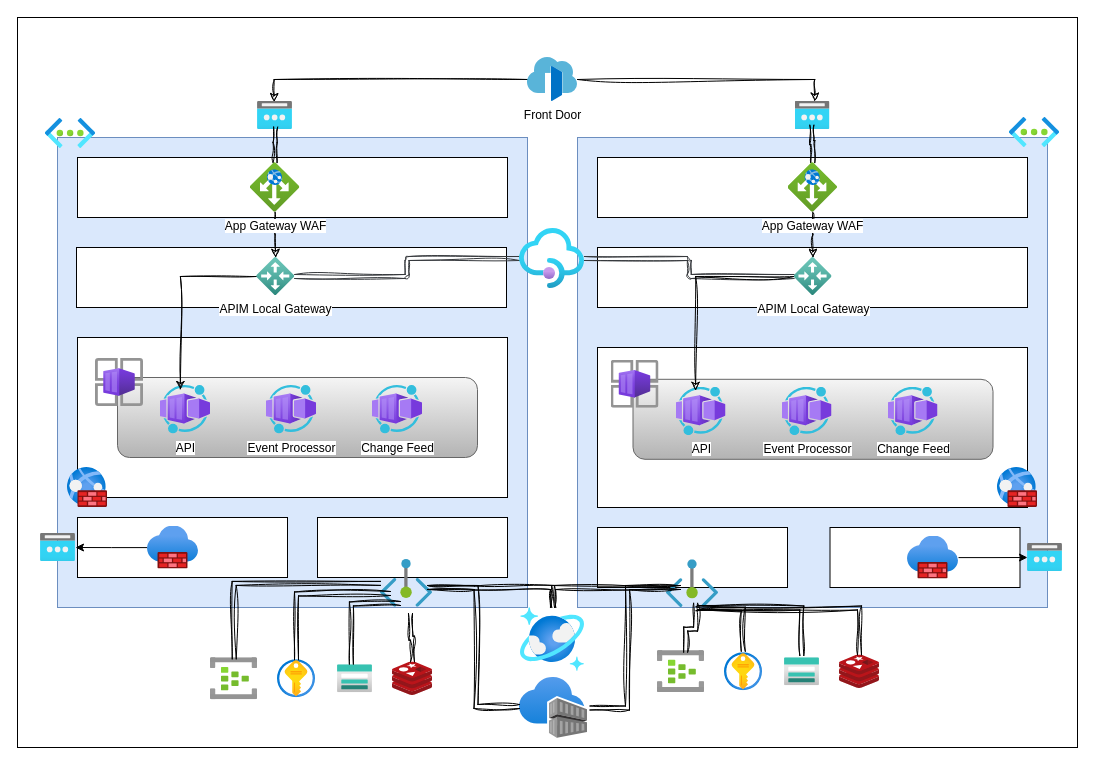
This is .assets/architecture.drawio from briandenicola/azure-multi-region-proof-of-concept, a draw.io file, before an edit. Source tidied: cells renumbered, new cells numbered last; positions are measured from the earlier drawing's top-left corner, leaving out a move shared by most shapes. Both pictures are drawn from the tidied source at 100%, with x=0, y=0 at pixel (17, 17).
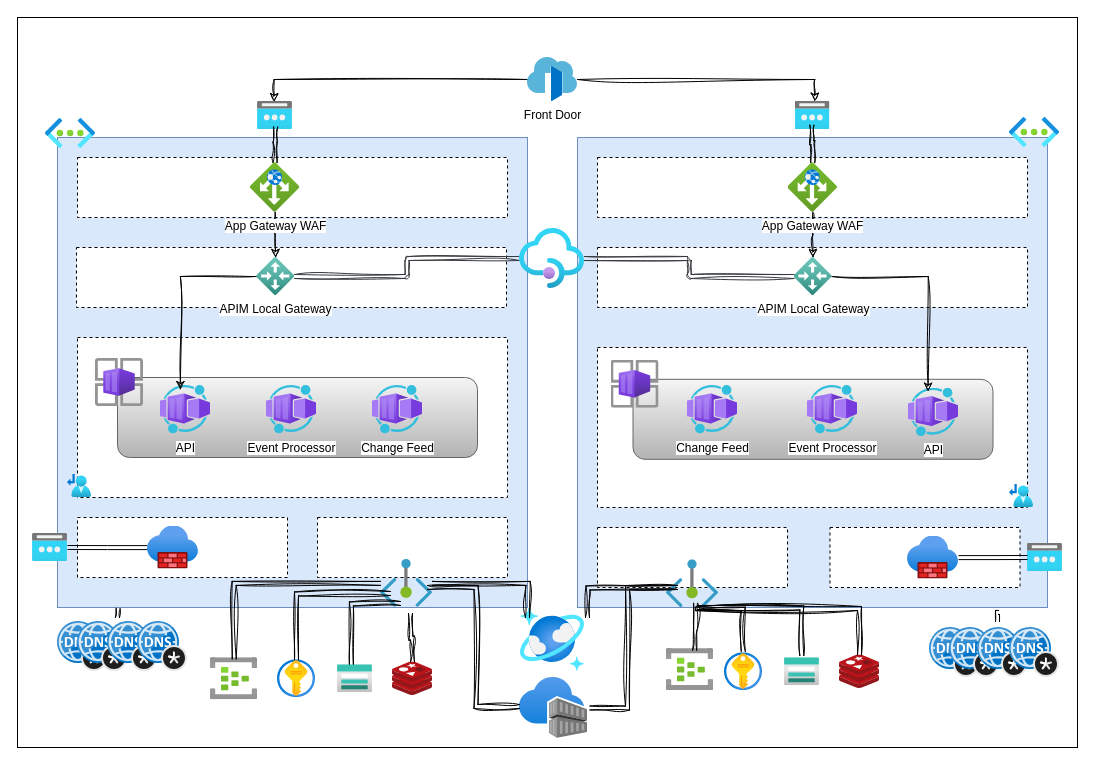
After the change.

The change refers to these unchanged cells:
```xml
<mxCell id="3" style="whiteSpace=wrap;html=1;fillColor=#dae8fc;strokeColor=#6c8ebf;" parent="1" vertex="1">
  <mxGeometry x="40" y="120" width="470" height="470" as="geometry" />
</mxCell>
<mxCell id="27" style="image;html=1;points=[];align=center;fontSize=12;image=img/lib/azure2/networking/Public_IP_Addresses.svg;" parent="1" vertex="1">
  <mxGeometry x="1010" y="526" width="35" height="28" as="geometry" />
</mxCell>
<mxCell id="29" style="image;html=1;points=[];align=center;fontSize=12;image=img/lib/azure2/networking/Firewalls.svg;" parent="1" vertex="1">
  <mxGeometry x="130" y="508.5" width="51" height="43.1" as="geometry" />
</mxCell>
<mxCell id="31" style="image;html=1;points=[];align=center;fontSize=12;image=img/lib/azure2/networking/Firewalls.svg;" parent="1" vertex="1">
  <mxGeometry x="890" y="518.5" width="51" height="43.1" as="geometry" />
</mxCell>
<mxCell id="32" style="image;html=1;points=[];align=center;fontSize=12;image=img/lib/azure2/databases/Azure_Cosmos_DB.svg;" parent="1" vertex="1">
  <mxGeometry x="503" y="590" width="64" height="64" as="geometry" />
</mxCell>
<mxCell id="52" style="image;sketch=0;html=1;points=[];align=center;fontSize=12;image=img/lib/mscae/Cache_Redis_Product.svg;" parent="1" vertex="1">
  <mxGeometry x="822" y="637.4" width="40" height="33.6" as="geometry" />
</mxCell>
<mxCell id="60" style="image;html=1;points=[];align=center;fontSize=12;image=img/lib/azure2/networking/Private_Endpoint.svg;" parent="1" vertex="1">
  <mxGeometry x="363" y="542" width="52" height="47.7" as="geometry" />
</mxCell>
```

What changed in the source:
```diff
@@
-    <mxCell id="8" style="rounded=0;whiteSpace=wrap;html=1;" parent="1" vertex="1">
+    <mxCell id="8" style="rounded=0;whiteSpace=wrap;html=1;dashed=1;" parent="1" vertex="1">
       <mxGeometry x="60" y="140" width="430" height="60" as="geometry" />
     </mxCell>
-    <mxCell id="9" style="rounded=0;whiteSpace=wrap;html=1;" parent="1" vertex="1">
+    <mxCell id="9" style="rounded=0;whiteSpace=wrap;html=1;dashed=1;" parent="1" vertex="1">
       <mxGeometry x="580" y="140" width="430" height="60" as="geometry" />
     </mxCell>
-    <mxCell id="10" style="rounded=0;whiteSpace=wrap;html=1;" parent="1" vertex="1">
+    <mxCell id="10" style="rounded=0;whiteSpace=wrap;html=1;dashed=1;" parent="1" vertex="1">
       <mxGeometry x="59" y="230" width="430" height="60" as="geometry" />
     </mxCell>
-    <mxCell id="11" style="rounded=0;whiteSpace=wrap;html=1;" parent="1" vertex="1">
+    <mxCell id="11" style="rounded=0;whiteSpace=wrap;html=1;dashed=1;" parent="1" vertex="1">
       <mxGeometry x="580" y="230" width="430" height="60" as="geometry" />
     </mxCell>
-    <mxCell id="12" style="rounded=0;whiteSpace=wrap;html=1;" parent="1" vertex="1">
+    <mxCell id="12" style="rounded=0;whiteSpace=wrap;html=1;dashed=1;" parent="1" vertex="1">
       <mxGeometry x="60" y="320" width="430" height="160" as="geometry" />
     </mxCell>
-    <mxCell id="13" style="rounded=0;whiteSpace=wrap;html=1;" parent="1" vertex="1">
+    <mxCell id="13" style="rounded=0;whiteSpace=wrap;html=1;dashed=1;" parent="1" vertex="1">
       <mxGeometry x="580" y="330" width="430" height="160" as="geometry" />
     </mxCell>
-    <mxCell id="14" style="rounded=0;whiteSpace=wrap;html=1;" parent="1" vertex="1">
+    <mxCell id="14" style="rounded=0;whiteSpace=wrap;html=1;dashed=1;" parent="1" vertex="1">
       <mxGeometry x="60" y="500" width="210" height="60" as="geometry" />
     </mxCell>
@@
-    <mxCell id="17" style="image;html=1;align=center;fontSize=12;image=img/lib/azure2/networking/Web_Application_Firewall_Policies_WAF.svg;" parent="1" vertex="1">
-      <mxGeometry x="50" y="450" width="40" height="40" as="geometry" />
-    </mxCell>
-    <mxCell id="18" style="image;html=1;align=center;fontSize=12;image=img/lib/azure2/networking/Web_Application_Firewall_Policies_WAF.svg;" parent="1" vertex="1">
-      <mxGeometry x="980" y="450" width="40" height="40" as="geometry" />
-    </mxCell>
-    <mxCell id="19" style="rounded=0;whiteSpace=wrap;html=1;" parent="1" vertex="1">
+    <mxCell id="19" style="rounded=0;whiteSpace=wrap;html=1;dashed=1;" parent="1" vertex="1">
       <mxGeometry x="300" y="500" width="190" height="60" as="geometry" />
     </mxCell>
-    <mxCell id="20" style="rounded=0;whiteSpace=wrap;html=1;" parent="1" vertex="1">
+    <mxCell id="20" style="rounded=0;whiteSpace=wrap;html=1;dashed=1;" parent="1" vertex="1">
       <mxGeometry x="580" y="510" width="190" height="60" as="geometry" />
     </mxCell>
-    <mxCell id="21" style="rounded=0;whiteSpace=wrap;html=1;" parent="1" vertex="1">
+    <mxCell id="21" style="rounded=0;whiteSpace=wrap;html=1;dashed=1;" parent="1" vertex="1">
       <mxGeometry x="812.5" y="510" width="190" height="60" as="geometry" />
     </mxCell>
@@
     <mxCell id="26" style="image;html=1;points=[];align=center;fontSize=12;image=img/lib/azure2/networking/Public_IP_Addresses.svg;" parent="1" vertex="1">
-      <mxGeometry x="23" y="516" width="35" height="28" as="geometry" />
+      <mxGeometry x="15" y="516" width="35" height="28" as="geometry" />
     </mxCell>
@@
-    <mxCell id="28" style="edgeStyle=orthogonalEdgeStyle;rounded=0;jettySize=auto;html=1;" parent="1" edge="1" source="29" target="26">
+    <mxCell id="28" style="edgeStyle=orthogonalEdgeStyle;rounded=0;jettySize=auto;html=1;shape=link;" parent="1" edge="1" source="29" target="26">
       <mxGeometry relative="1" as="geometry" />
     </mxCell>
@@
-    <mxCell id="30" style="edgeStyle=orthogonalEdgeStyle;rounded=0;jettySize=auto;html=1;" parent="1" edge="1" source="31" target="27">
+    <mxCell id="30" style="edgeStyle=orthogonalEdgeStyle;rounded=0;jettySize=auto;html=1;shape=link;" parent="1" edge="1" source="31" target="27">
       <mxGeometry relative="1" as="geometry" />
     </mxCell>
@@
     <mxCell id="53" style="image;html=1;points=[];align=center;fontSize=12;image=img/lib/azure2/iot/Event_Hubs.svg;" parent="1" vertex="1">
-      <mxGeometry x="640" y="633.1" width="47" height="42.1" as="geometry" />
+      <mxGeometry x="649" y="631.1" width="47" height="42.1" as="geometry" />
     </mxCell>
@@
     <mxCell id="56" value="API" style="image;html=1;points=[];align=center;fontSize=12;image=img/lib/azure2/other/Worker_Container_App.svg;" parent="1" vertex="1">
-      <mxGeometry x="658.5" y="369.8" width="50" height="48.5" as="geometry" />
+      <mxGeometry x="891" y="370.7" width="50" height="48.5" as="geometry" />
     </mxCell>
     <mxCell id="57" value="Event Processor" style="image;html=1;align=center;fontSize=12;image=img/lib/azure2/other/Worker_Container_App.svg;" parent="1" vertex="1">
-      <mxGeometry x="764.5" y="369.8" width="50" height="48.5" as="geometry" />
+      <mxGeometry x="790" y="368" width="50" height="48.5" as="geometry" />
     </mxCell>
     <mxCell id="58" value="Change Feed" style="image;html=1;align=center;fontSize=12;image=img/lib/azure2/other/Worker_Container_App.svg;" parent="1" vertex="1">
-      <mxGeometry x="870.5" y="369.8" width="50" height="48.5" as="geometry" />
+      <mxGeometry x="670" y="368" width="50" height="48.5" as="geometry" />
     </mxCell>
@@
     <mxCell id="72" style="edgeStyle=orthogonalEdgeStyle;rounded=0;jettySize=auto;html=1;strokeColor=default;sketch=1;curveFitting=1;jiggle=2;shape=link;" parent="1" edge="1" target="52">
       <mxGeometry relative="1" as="geometry">
         <mxPoint x="680" y="590" as="sourcePoint" />
+        <Array as="points">
+          <mxPoint x="680" y="591" />
+          <mxPoint x="842" y="591" />
+        </Array>
       </mxGeometry>
     </mxCell>
@@
-    <mxCell id="75" style="edgeStyle=orthogonalEdgeStyle;rounded=0;jettySize=auto;html=1;strokeColor=default;sketch=1;curveFitting=1;jiggle=2;shape=link;" parent="1" edge="1" target="32">
-      <mxGeometry relative="1" as="geometry">
-        <mxPoint x="410" y="570" as="sourcePoint" />
-      </mxGeometry>
-    </mxCell>
-    <mxCell id="76" style="edgeStyle=orthogonalEdgeStyle;rounded=0;jettySize=auto;html=1;entryX=0.519;entryY=0;entryDx=0;entryDy=0;entryPerimeter=0;strokeColor=default;sketch=1;curveFitting=1;jiggle=2;shape=link;" parent="1" edge="1" target="32">
-      <mxGeometry relative="1" as="geometry">
-        <mxPoint x="663" y="570" as="sourcePoint" />
-      </mxGeometry>
-    </mxCell>
+    <mxCell id="77" style="image;sketch=0;html=1;align=center;fontSize=12;image=img/lib/mscae/DNS_Private_Zones.svg;" parent="1" vertex="1">
+      <mxGeometry x="40" y="604" width="50" height="50" as="geometry" />
+    </mxCell>
+    <mxCell id="78" style="image;sketch=0;html=1;align=center;fontSize=12;image=img/lib/mscae/DNS_Private_Zones.svg;" parent="1" vertex="1">
+      <mxGeometry x="60" y="604" width="50" height="50" as="geometry" />
+    </mxCell>
+    <mxCell id="79" style="image;sketch=0;html=1;align=center;fontSize=12;image=img/lib/mscae/DNS_Private_Zones.svg;" parent="1" vertex="1">
+      <mxGeometry x="90" y="604" width="50" height="50" as="geometry" />
+    </mxCell>
+    <mxCell id="80" style="image;sketch=0;html=1;align=center;fontSize=12;image=img/lib/mscae/DNS_Private_Zones.svg;" parent="1" vertex="1">
+      <mxGeometry x="120" y="604" width="50" height="50" as="geometry" />
+    </mxCell>
+    <mxCell id="81" style="image;sketch=0;html=1;align=center;fontSize=12;image=img/lib/mscae/DNS_Private_Zones.svg;" parent="1" vertex="1">
+      <mxGeometry x="912" y="610" width="50" height="50" as="geometry" />
+    </mxCell>
+    <mxCell id="82" style="image;sketch=0;html=1;align=center;fontSize=12;image=img/lib/mscae/DNS_Private_Zones.svg;" parent="1" vertex="1">
+      <mxGeometry x="932" y="610" width="50" height="50" as="geometry" />
+    </mxCell>
+    <mxCell id="83" style="image;sketch=0;html=1;align=center;fontSize=12;image=img/lib/mscae/DNS_Private_Zones.svg;" parent="1" vertex="1">
+      <mxGeometry x="960" y="610" width="50" height="50" as="geometry" />
+    </mxCell>
+    <mxCell id="84" style="image;sketch=0;html=1;align=center;fontSize=12;image=img/lib/mscae/DNS_Private_Zones.svg;" parent="1" vertex="1">
+      <mxGeometry x="992" y="610" width="50" height="50" as="geometry" />
+    </mxCell>
+    <mxCell id="85" style="edgeStyle=orthogonalEdgeStyle;rounded=0;jettySize=auto;html=1;strokeColor=default;sketch=1;curveFitting=1;jiggle=2;shape=link;" parent="1" edge="1" source="60">
+      <mxGeometry relative="1" as="geometry">
+        <mxPoint x="510" y="600" as="targetPoint" />
+      </mxGeometry>
+    </mxCell>
+    <mxCell id="86" style="edgeStyle=orthogonalEdgeStyle;rounded=0;orthogonalLoop=1;jettySize=auto;html=1;strokeColor=default;sketch=1;curveFitting=1;jiggle=2;shape=link;" parent="1" edge="1">
+      <mxGeometry relative="1" as="geometry">
+        <mxPoint x="660" y="570" as="sourcePoint" />
+        <mxPoint x="570" y="600" as="targetPoint" />
+      </mxGeometry>
+    </mxCell>
+    <mxCell id="87" style="edgeStyle=orthogonalEdgeStyle;rounded=0;jettySize=auto;html=1;strokeColor=default;sketch=1;curveFitting=1;jiggle=2;shape=link;exitX=0.129;exitY=1.002;exitDx=0;exitDy=0;exitPerimeter=0;" parent="1" edge="1" source="3">
+      <mxGeometry relative="1" as="geometry">
+        <mxPoint x="100" y="600" as="targetPoint" />
+        <Array as="points">
+          <mxPoint x="100" y="591" />
+        </Array>
+      </mxGeometry>
+    </mxCell>
+    <mxCell id="88" style="edgeStyle=orthogonalEdgeStyle;rounded=0;orthogonalLoop=1;jettySize=auto;html=1;strokeColor=default;sketch=1;curveFitting=1;jiggle=2;shape=link;exitX=0.129;exitY=1.002;exitDx=0;exitDy=0;exitPerimeter=0;" parent="1" edge="1">
+      <mxGeometry relative="1" as="geometry">
+        <mxPoint x="981" y="595" as="sourcePoint" />
+        <mxPoint x="980" y="604" as="targetPoint" />
+        <Array as="points">
+          <mxPoint x="980" y="595" />
+        </Array>
+      </mxGeometry>
+    </mxCell>
+    <mxCell id="89" style="image;html=1;align=center;fontSize=12;image=img/lib/azure2/networking/Route_Tables.svg;" parent="1" vertex="1">
+      <mxGeometry x="50" y="456.8" width="24" height="23.2" as="geometry" />
+    </mxCell>
+    <mxCell id="90" style="image;html=1;align=center;fontSize=12;image=img/lib/azure2/networking/Route_Tables.svg;" parent="1" vertex="1">
+      <mxGeometry x="992" y="466.8" width="24" height="23.2" as="geometry" />
+    </mxCell>
```
